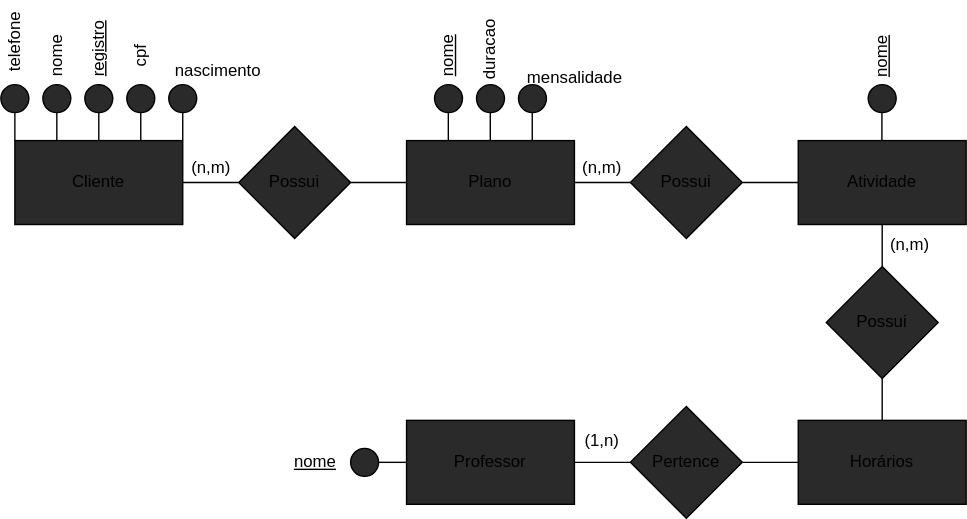
andreeeeeeeee/Engenharia_Software keeps this draw.io diagram as Lista1_28-03/Ex4.svg. Above is the earlier version. Source tidied: cells renumbered, new cells last; positions are measured from the earlier drawing's top-left corner, leaving out a move shared by most shapes. Its diagram source:
```xml
<mxGraphModel>
  <root>
    <mxCell id="0" />
    <mxCell id="1" parent="0" />
    <mxCell id="2" value="Cliente" style="rounded=0;whiteSpace=wrap;html=1;fillColor=#2A2A2A;" parent="1" vertex="1">
      <mxGeometry x="30" y="80" width="120" height="60" as="geometry" />
    </mxCell>
    <mxCell id="3" value="Possui" style="rhombus;whiteSpace=wrap;html=1;fillColor=#2A2A2A;" parent="1" vertex="1">
      <mxGeometry x="190" y="70" width="80" height="80" as="geometry" />
    </mxCell>
    <mxCell id="4" value="Plano" style="rounded=0;whiteSpace=wrap;html=1;fillColor=#2A2A2A;" parent="1" vertex="1">
      <mxGeometry x="310" y="80" width="120" height="60" as="geometry" />
    </mxCell>
    <mxCell id="5" value="Possui" style="rhombus;whiteSpace=wrap;html=1;fillColor=#2A2A2A;" parent="1" vertex="1">
      <mxGeometry x="470" y="70" width="80" height="80" as="geometry" />
    </mxCell>
    <mxCell id="6" value="Atividade" style="rounded=0;whiteSpace=wrap;html=1;fillColor=#2A2A2A;" parent="1" vertex="1">
      <mxGeometry x="590" y="80" width="120" height="60" as="geometry" />
    </mxCell>
    <mxCell id="7" value="Possui" style="rhombus;whiteSpace=wrap;html=1;fillColor=#2A2A2A;" parent="1" vertex="1">
      <mxGeometry x="610" y="170" width="80" height="80" as="geometry" />
    </mxCell>
    <mxCell id="8" value="Horários" style="rounded=0;whiteSpace=wrap;html=1;fillColor=#2A2A2A;" parent="1" vertex="1">
      <mxGeometry x="590" y="280" width="120" height="60" as="geometry" />
    </mxCell>
    <mxCell id="9" value="Pertence" style="rhombus;whiteSpace=wrap;html=1;fillColor=#2A2A2A;" parent="1" vertex="1">
      <mxGeometry x="470" y="270" width="80" height="80" as="geometry" />
    </mxCell>
    <mxCell id="10" value="Professor" style="rounded=0;whiteSpace=wrap;html=1;fillColor=#2A2A2A;" parent="1" vertex="1">
      <mxGeometry x="310" y="280" width="120" height="60" as="geometry" />
    </mxCell>
    <mxCell id="11" style="endArrow=none;html=1;rounded=0;exitX=1;exitY=0.5;exitDx=0;exitDy=0;" parent="1" edge="1" source="2">
      <mxGeometry relative="1" as="geometry">
        <mxPoint x="190" y="110" as="targetPoint" />
      </mxGeometry>
    </mxCell>
    <mxCell id="12" style="endArrow=none;html=1;rounded=0;entryX=0;entryY=0.5;entryDx=0;entryDy=0;" parent="1" edge="1" target="4">
      <mxGeometry relative="1" as="geometry">
        <mxPoint x="270" y="110" as="sourcePoint" />
      </mxGeometry>
    </mxCell>
    <mxCell id="13" value="(n,m)" style="text;html=1;align=center;verticalAlign=middle;strokeColor=none;fillColor=none;" parent="1" vertex="1">
      <mxGeometry x="150" y="90" width="40" height="20" as="geometry" />
    </mxCell>
    <mxCell id="14" style="endArrow=none;html=1;rounded=0;exitX=0;exitY=0.5;exitDx=0;exitDy=0;entryX=1;entryY=0.5;entryDx=0;entryDy=0;" parent="1" edge="1" source="5" target="4">
      <mxGeometry relative="1" as="geometry" />
    </mxCell>
    <mxCell id="15" value="(n,m)" style="text;html=1;strokeColor=none;fillColor=none;align=center;verticalAlign=middle;whiteSpace=wrap;rounded=0;" parent="1" vertex="1">
      <mxGeometry x="420" y="85" width="60" height="30" as="geometry" />
    </mxCell>
    <mxCell id="16" style="endArrow=none;html=1;rounded=0;entryX=0;entryY=0.5;entryDx=0;entryDy=0;" parent="1" edge="1" target="6">
      <mxGeometry relative="1" as="geometry">
        <mxPoint x="550" y="110" as="sourcePoint" />
      </mxGeometry>
    </mxCell>
    <mxCell id="17" style="endArrow=none;html=1;rounded=0;exitX=0.5;exitY=0;exitDx=0;exitDy=0;" parent="1" edge="1" source="7">
      <mxGeometry relative="1" as="geometry">
        <mxPoint x="650" y="140" as="targetPoint" />
      </mxGeometry>
    </mxCell>
    <mxCell id="18" style="endArrow=none;html=1;rounded=0;exitX=0.5;exitY=0;exitDx=0;exitDy=0;entryX=0.5;entryY=1;entryDx=0;entryDy=0;" parent="1" edge="1" source="8" target="7">
      <mxGeometry relative="1" as="geometry" />
    </mxCell>
    <mxCell id="19" style="endArrow=none;html=1;rounded=0;exitX=1;exitY=0.5;exitDx=0;exitDy=0;" parent="1" edge="1" source="10">
      <mxGeometry relative="1" as="geometry">
        <mxPoint x="470" y="310" as="targetPoint" />
      </mxGeometry>
    </mxCell>
    <mxCell id="20" style="endArrow=none;html=1;rounded=0;exitX=0;exitY=0.5;exitDx=0;exitDy=0;entryX=1;entryY=0.5;entryDx=0;entryDy=0;" parent="1" edge="1" source="8" target="9">
      <mxGeometry relative="1" as="geometry" />
    </mxCell>
    <mxCell id="21" value="(1,n)" style="text;html=1;strokeColor=none;fillColor=none;align=center;verticalAlign=middle;whiteSpace=wrap;rounded=0;" parent="1" vertex="1">
      <mxGeometry x="420" y="280" width="60" height="30" as="geometry" />
    </mxCell>
    <mxCell id="22" value="(n,m)" style="text;html=1;strokeColor=none;fillColor=none;align=center;verticalAlign=middle;whiteSpace=wrap;rounded=0;" parent="1" vertex="1">
      <mxGeometry x="640" y="140" width="60" height="30" as="geometry" />
    </mxCell>
    <mxCell id="23" style="ellipse;whiteSpace=wrap;html=1;fillColor=#2A2A2A;" parent="1" vertex="1">
      <mxGeometry x="80" y="40" width="20" height="20" as="geometry" />
    </mxCell>
    <mxCell id="24" style="ellipse;whiteSpace=wrap;html=1;fillColor=#2A2A2A;" parent="1" vertex="1">
      <mxGeometry x="110" y="40" width="20" height="20" as="geometry" />
    </mxCell>
    <mxCell id="25" style="ellipse;whiteSpace=wrap;html=1;fillColor=#2A2A2A;" parent="1" vertex="1">
      <mxGeometry x="50" y="40" width="20" height="20" as="geometry" />
    </mxCell>
    <mxCell id="26" style="ellipse;whiteSpace=wrap;html=1;fillColor=#2A2A2A;" parent="1" vertex="1">
      <mxGeometry x="140" y="40" width="20" height="20" as="geometry" />
    </mxCell>
    <mxCell id="27" style="ellipse;whiteSpace=wrap;html=1;fillColor=#2A2A2A;" parent="1" vertex="1">
      <mxGeometry x="20" y="40" width="20" height="20" as="geometry" />
    </mxCell>
    <mxCell id="28" style="endArrow=none;html=1;rounded=0;entryX=0.5;entryY=1;entryDx=0;entryDy=0;exitX=0;exitY=0;exitDx=0;exitDy=0;" parent="1" edge="1" source="2" target="27">
      <mxGeometry relative="1" as="geometry" />
    </mxCell>
    <mxCell id="29" style="endArrow=none;html=1;rounded=0;exitX=0.25;exitY=0;exitDx=0;exitDy=0;" parent="1" edge="1" source="2">
      <mxGeometry relative="1" as="geometry">
        <mxPoint x="60" y="60" as="targetPoint" />
      </mxGeometry>
    </mxCell>
    <mxCell id="30" style="endArrow=none;html=1;rounded=0;exitX=0.5;exitY=1;exitDx=0;exitDy=0;entryX=0.5;entryY=0;entryDx=0;entryDy=0;" parent="1" edge="1" source="23" target="2">
      <mxGeometry relative="1" as="geometry" />
    </mxCell>
    <mxCell id="31" style="endArrow=none;html=1;rounded=0;exitX=0.5;exitY=1;exitDx=0;exitDy=0;entryX=0.75;entryY=0;entryDx=0;entryDy=0;" parent="1" edge="1" source="24" target="2">
      <mxGeometry relative="1" as="geometry" />
    </mxCell>
    <mxCell id="32" style="endArrow=none;html=1;rounded=0;exitX=0.5;exitY=1;exitDx=0;exitDy=0;entryX=0.75;entryY=0;entryDx=0;entryDy=0;" parent="1" edge="1">
      <mxGeometry relative="1" as="geometry">
        <mxPoint x="150" y="60" as="sourcePoint" />
        <mxPoint x="150" y="80" as="targetPoint" />
      </mxGeometry>
    </mxCell>
    <mxCell id="33" value="nome" style="text;html=1;align=center;verticalAlign=middle;strokeColor=none;fillColor=none;rotation=-90;" parent="1" vertex="1">
      <mxGeometry x="35" y="10" width="50" height="20" as="geometry" />
    </mxCell>
    <mxCell id="34" value="&lt;u&gt;registro&lt;/u&gt;" style="text;html=1;align=center;verticalAlign=middle;strokeColor=none;fillColor=none;rotation=-90;" parent="1" vertex="1">
      <mxGeometry x="60" y="5" width="60" height="20" as="geometry" />
    </mxCell>
    <mxCell id="35" value="cpf" style="text;html=1;align=center;verticalAlign=middle;strokeColor=none;fillColor=none;rotation=-90;" parent="1" vertex="1">
      <mxGeometry x="105" y="10" width="30" height="20" as="geometry" />
    </mxCell>
    <mxCell id="36" value="telefone" style="text;html=1;align=center;verticalAlign=middle;strokeColor=none;fillColor=none;rotation=-90;" parent="1" vertex="1">
      <mxGeometry width="60" height="20" as="geometry" />
    </mxCell>
    <mxCell id="37" value="nascimento" style="text;html=1;align=center;verticalAlign=middle;strokeColor=none;fillColor=none;rotation=0;" parent="1" vertex="1">
      <mxGeometry x="135" y="20" width="80" height="20" as="geometry" />
    </mxCell>
    <mxCell id="38" style="ellipse;whiteSpace=wrap;html=1;fillColor=#2A2A2A;" parent="1" vertex="1">
      <mxGeometry x="360" y="40" width="20" height="20" as="geometry" />
    </mxCell>
    <mxCell id="39" style="ellipse;whiteSpace=wrap;html=1;fillColor=#2A2A2A;" parent="1" vertex="1">
      <mxGeometry x="390" y="40" width="20" height="20" as="geometry" />
    </mxCell>
    <mxCell id="40" style="ellipse;whiteSpace=wrap;html=1;fillColor=#2A2A2A;" parent="1" vertex="1">
      <mxGeometry x="330" y="40" width="20" height="20" as="geometry" />
    </mxCell>
    <mxCell id="41" style="endArrow=none;html=1;rounded=0;exitX=0.5;exitY=1;exitDx=0;exitDy=0;entryX=0.75;entryY=0;entryDx=0;entryDy=0;" parent="1" edge="1">
      <mxGeometry relative="1" as="geometry">
        <mxPoint x="339.9" y="60" as="sourcePoint" />
        <mxPoint x="339.9" y="80" as="targetPoint" />
      </mxGeometry>
    </mxCell>
    <mxCell id="42" style="endArrow=none;html=1;rounded=0;exitX=0.5;exitY=1;exitDx=0;exitDy=0;entryX=0.75;entryY=0;entryDx=0;entryDy=0;" parent="1" edge="1">
      <mxGeometry relative="1" as="geometry">
        <mxPoint x="369.9" y="60" as="sourcePoint" />
        <mxPoint x="369.9" y="80" as="targetPoint" />
      </mxGeometry>
    </mxCell>
    <mxCell id="43" style="endArrow=none;html=1;rounded=0;exitX=0.5;exitY=1;exitDx=0;exitDy=0;entryX=0.75;entryY=0;entryDx=0;entryDy=0;" parent="1" edge="1">
      <mxGeometry relative="1" as="geometry">
        <mxPoint x="399.9" y="60" as="sourcePoint" />
        <mxPoint x="399.9" y="80" as="targetPoint" />
      </mxGeometry>
    </mxCell>
    <mxCell id="44" value="&lt;u&gt;nome&lt;/u&gt;" style="text;html=1;align=center;verticalAlign=middle;strokeColor=none;fillColor=none;rotation=-90;" parent="1" vertex="1">
      <mxGeometry x="315" y="10" width="50" height="20" as="geometry" />
    </mxCell>
    <mxCell id="45" value="duracao" style="text;html=1;strokeColor=none;fillColor=none;align=center;verticalAlign=middle;whiteSpace=wrap;rounded=0;rotation=-90;" parent="1" vertex="1">
      <mxGeometry x="340" width="60" height="30" as="geometry" />
    </mxCell>
    <mxCell id="46" value="mensalidade" style="text;html=1;align=center;verticalAlign=middle;strokeColor=none;fillColor=none;rotation=0;" parent="1" vertex="1">
      <mxGeometry x="390" y="25" width="80" height="20" as="geometry" />
    </mxCell>
    <mxCell id="47" value="&lt;u&gt;nome&lt;/u&gt;" style="text;html=1;strokeColor=none;fillColor=none;align=center;verticalAlign=middle;whiteSpace=wrap;rounded=0;rotation=-90;" parent="1" vertex="1">
      <mxGeometry x="620" y="5" width="60" height="30" as="geometry" />
    </mxCell>
    <mxCell id="48" style="ellipse;whiteSpace=wrap;html=1;fillColor=#2A2A2A;" parent="1" vertex="1">
      <mxGeometry x="640" y="40" width="20" height="20" as="geometry" />
    </mxCell>
    <mxCell id="49" style="endArrow=none;html=1;rounded=0;exitX=0.5;exitY=1;exitDx=0;exitDy=0;entryX=0.75;entryY=0;entryDx=0;entryDy=0;" parent="1" edge="1">
      <mxGeometry relative="1" as="geometry">
        <mxPoint x="649.8" y="60" as="sourcePoint" />
        <mxPoint x="649.8" y="80" as="targetPoint" />
      </mxGeometry>
    </mxCell>
    <mxCell id="50" style="ellipse;whiteSpace=wrap;html=1;fillColor=#2A2A2A;" parent="1" vertex="1">
      <mxGeometry x="270" y="300" width="20" height="20" as="geometry" />
    </mxCell>
    <mxCell id="51" style="endArrow=none;html=1;rounded=0;exitX=1;exitY=0.5;exitDx=0;exitDy=0;" parent="1" edge="1" source="50" target="10">
      <mxGeometry relative="1" as="geometry" />
    </mxCell>
    <mxCell id="52" value="&lt;u&gt;nome&lt;/u&gt;" style="text;html=1;strokeColor=none;fillColor=none;align=center;verticalAlign=middle;whiteSpace=wrap;rounded=0;" parent="1" vertex="1">
      <mxGeometry x="215" y="295" width="60" height="30" as="geometry" />
    </mxCell>
  </root>
</mxGraphModel>
```
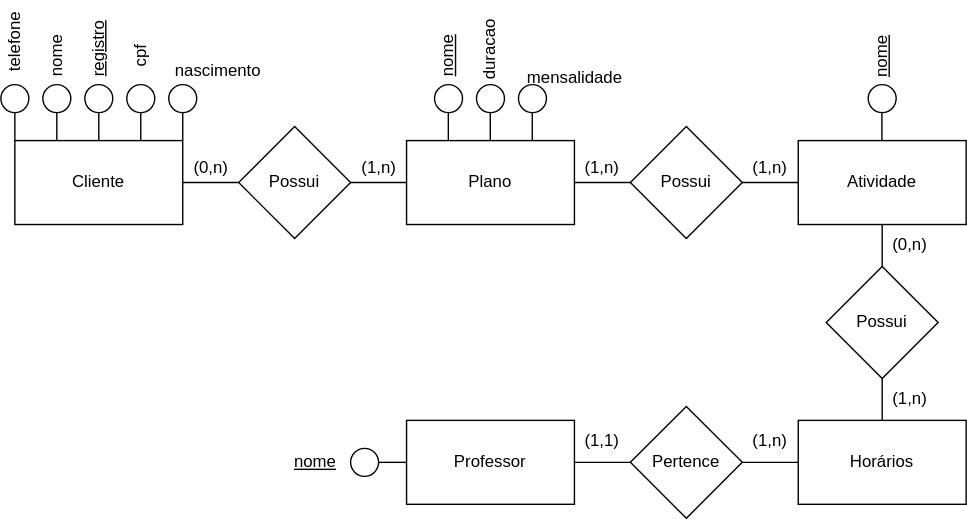
Above is the later version.

Diff of the diagram source:
```diff
@@ -2,31 +2,31 @@
   <root>
     <mxCell id="0" />
     <mxCell id="1" parent="0" />
-    <mxCell id="2" value="Cliente" style="rounded=0;whiteSpace=wrap;html=1;fillColor=#2A2A2A;" parent="1" vertex="1">
+    <mxCell id="2" value="Cliente" style="rounded=0;whiteSpace=wrap;html=1;fillColor=#FFFFFF;" parent="1" vertex="1">
       <mxGeometry x="30" y="80" width="120" height="60" as="geometry" />
     </mxCell>
-    <mxCell id="3" value="Possui" style="rhombus;whiteSpace=wrap;html=1;fillColor=#2A2A2A;" parent="1" vertex="1">
+    <mxCell id="3" value="Possui" style="rhombus;whiteSpace=wrap;html=1;fillColor=#FFFFFF;" parent="1" vertex="1">
       <mxGeometry x="190" y="70" width="80" height="80" as="geometry" />
     </mxCell>
-    <mxCell id="4" value="Plano" style="rounded=0;whiteSpace=wrap;html=1;fillColor=#2A2A2A;" parent="1" vertex="1">
+    <mxCell id="4" value="Plano" style="rounded=0;whiteSpace=wrap;html=1;fillColor=#FFFFFF;" parent="1" vertex="1">
       <mxGeometry x="310" y="80" width="120" height="60" as="geometry" />
     </mxCell>
-    <mxCell id="5" value="Possui" style="rhombus;whiteSpace=wrap;html=1;fillColor=#2A2A2A;" parent="1" vertex="1">
+    <mxCell id="5" value="Possui" style="rhombus;whiteSpace=wrap;html=1;fillColor=#FFFFFF;" parent="1" vertex="1">
       <mxGeometry x="470" y="70" width="80" height="80" as="geometry" />
     </mxCell>
-    <mxCell id="6" value="Atividade" style="rounded=0;whiteSpace=wrap;html=1;fillColor=#2A2A2A;" parent="1" vertex="1">
+    <mxCell id="6" value="Atividade" style="rounded=0;whiteSpace=wrap;html=1;fillColor=#FFFFFF;" parent="1" vertex="1">
       <mxGeometry x="590" y="80" width="120" height="60" as="geometry" />
     </mxCell>
-    <mxCell id="7" value="Possui" style="rhombus;whiteSpace=wrap;html=1;fillColor=#2A2A2A;" parent="1" vertex="1">
+    <mxCell id="7" value="Possui" style="rhombus;whiteSpace=wrap;html=1;fillColor=#FFFFFF;" parent="1" vertex="1">
       <mxGeometry x="610" y="170" width="80" height="80" as="geometry" />
     </mxCell>
-    <mxCell id="8" value="Horários" style="rounded=0;whiteSpace=wrap;html=1;fillColor=#2A2A2A;" parent="1" vertex="1">
+    <mxCell id="8" value="Horários" style="rounded=0;whiteSpace=wrap;html=1;fillColor=#FFFFFF;" parent="1" vertex="1">
       <mxGeometry x="590" y="280" width="120" height="60" as="geometry" />
     </mxCell>
-    <mxCell id="9" value="Pertence" style="rhombus;whiteSpace=wrap;html=1;fillColor=#2A2A2A;" parent="1" vertex="1">
+    <mxCell id="9" value="Pertence" style="rhombus;whiteSpace=wrap;html=1;fillColor=#FFFFFF;" parent="1" vertex="1">
       <mxGeometry x="470" y="270" width="80" height="80" as="geometry" />
     </mxCell>
-    <mxCell id="10" value="Professor" style="rounded=0;whiteSpace=wrap;html=1;fillColor=#2A2A2A;" parent="1" vertex="1">
+    <mxCell id="10" value="Professor" style="rounded=0;whiteSpace=wrap;html=1;fillColor=#FFFFFF;" parent="1" vertex="1">
       <mxGeometry x="310" y="280" width="120" height="60" as="geometry" />
     </mxCell>
     <mxCell id="11" style="endArrow=none;html=1;rounded=0;exitX=1;exitY=0.5;exitDx=0;exitDy=0;" parent="1" edge="1" source="2">
@@ -39,13 +39,13 @@
         <mxPoint x="270" y="110" as="sourcePoint" />
       </mxGeometry>
     </mxCell>
-    <mxCell id="13" value="(n,m)" style="text;html=1;align=center;verticalAlign=middle;strokeColor=none;fillColor=none;" parent="1" vertex="1">
+    <mxCell id="13" value="(0,n)" style="text;html=1;align=center;verticalAlign=middle;strokeColor=none;fillColor=none;" parent="1" vertex="1">
       <mxGeometry x="150" y="90" width="40" height="20" as="geometry" />
     </mxCell>
     <mxCell id="14" style="endArrow=none;html=1;rounded=0;exitX=0;exitY=0.5;exitDx=0;exitDy=0;entryX=1;entryY=0.5;entryDx=0;entryDy=0;" parent="1" edge="1" source="5" target="4">
       <mxGeometry relative="1" as="geometry" />
     </mxCell>
-    <mxCell id="15" value="(n,m)" style="text;html=1;strokeColor=none;fillColor=none;align=center;verticalAlign=middle;whiteSpace=wrap;rounded=0;" parent="1" vertex="1">
+    <mxCell id="15" value="(1,n)" style="text;html=1;strokeColor=none;fillColor=none;align=center;verticalAlign=middle;whiteSpace=wrap;rounded=0;" parent="1" vertex="1">
       <mxGeometry x="420" y="85" width="60" height="30" as="geometry" />
     </mxCell>
     <mxCell id="16" style="endArrow=none;html=1;rounded=0;entryX=0;entryY=0.5;entryDx=0;entryDy=0;" parent="1" edge="1" target="6">
@@ -69,25 +69,25 @@
     <mxCell id="20" style="endArrow=none;html=1;rounded=0;exitX=0;exitY=0.5;exitDx=0;exitDy=0;entryX=1;entryY=0.5;entryDx=0;entryDy=0;" parent="1" edge="1" source="8" target="9">
       <mxGeometry relative="1" as="geometry" />
     </mxCell>
-    <mxCell id="21" value="(1,n)" style="text;html=1;strokeColor=none;fillColor=none;align=center;verticalAlign=middle;whiteSpace=wrap;rounded=0;" parent="1" vertex="1">
+    <mxCell id="21" value="(1,1)" style="text;html=1;strokeColor=none;fillColor=none;align=center;verticalAlign=middle;whiteSpace=wrap;rounded=0;" parent="1" vertex="1">
       <mxGeometry x="420" y="280" width="60" height="30" as="geometry" />
     </mxCell>
-    <mxCell id="22" value="(n,m)" style="text;html=1;strokeColor=none;fillColor=none;align=center;verticalAlign=middle;whiteSpace=wrap;rounded=0;" parent="1" vertex="1">
+    <mxCell id="22" value="(0,n)" style="text;html=1;strokeColor=none;fillColor=none;align=center;verticalAlign=middle;whiteSpace=wrap;rounded=0;" parent="1" vertex="1">
       <mxGeometry x="640" y="140" width="60" height="30" as="geometry" />
     </mxCell>
-    <mxCell id="23" style="ellipse;whiteSpace=wrap;html=1;fillColor=#2A2A2A;" parent="1" vertex="1">
+    <mxCell id="23" style="ellipse;whiteSpace=wrap;html=1;fillColor=#FFFFFF;" parent="1" vertex="1">
       <mxGeometry x="80" y="40" width="20" height="20" as="geometry" />
     </mxCell>
-    <mxCell id="24" style="ellipse;whiteSpace=wrap;html=1;fillColor=#2A2A2A;" parent="1" vertex="1">
+    <mxCell id="24" style="ellipse;whiteSpace=wrap;html=1;fillColor=#FFFFFF;" parent="1" vertex="1">
       <mxGeometry x="110" y="40" width="20" height="20" as="geometry" />
     </mxCell>
-    <mxCell id="25" style="ellipse;whiteSpace=wrap;html=1;fillColor=#2A2A2A;" parent="1" vertex="1">
+    <mxCell id="25" style="ellipse;whiteSpace=wrap;html=1;fillColor=#FFFFFF;" parent="1" vertex="1">
       <mxGeometry x="50" y="40" width="20" height="20" as="geometry" />
     </mxCell>
-    <mxCell id="26" style="ellipse;whiteSpace=wrap;html=1;fillColor=#2A2A2A;" parent="1" vertex="1">
+    <mxCell id="26" style="ellipse;whiteSpace=wrap;html=1;fillColor=#FFFFFF;" parent="1" vertex="1">
       <mxGeometry x="140" y="40" width="20" height="20" as="geometry" />
     </mxCell>
-    <mxCell id="27" style="ellipse;whiteSpace=wrap;html=1;fillColor=#2A2A2A;" parent="1" vertex="1">
+    <mxCell id="27" style="ellipse;whiteSpace=wrap;html=1;fillColor=#FFFFFF;" parent="1" vertex="1">
       <mxGeometry x="20" y="40" width="20" height="20" as="geometry" />
     </mxCell>
     <mxCell id="28" style="endArrow=none;html=1;rounded=0;entryX=0.5;entryY=1;entryDx=0;entryDy=0;exitX=0;exitY=0;exitDx=0;exitDy=0;" parent="1" edge="1" source="2" target="27">
@@ -125,13 +125,13 @@
     <mxCell id="37" value="nascimento" style="text;html=1;align=center;verticalAlign=middle;strokeColor=none;fillColor=none;rotation=0;" parent="1" vertex="1">
       <mxGeometry x="135" y="20" width="80" height="20" as="geometry" />
     </mxCell>
-    <mxCell id="38" style="ellipse;whiteSpace=wrap;html=1;fillColor=#2A2A2A;" parent="1" vertex="1">
+    <mxCell id="38" style="ellipse;whiteSpace=wrap;html=1;fillColor=#FFFFFF;" parent="1" vertex="1">
       <mxGeometry x="360" y="40" width="20" height="20" as="geometry" />
     </mxCell>
-    <mxCell id="39" style="ellipse;whiteSpace=wrap;html=1;fillColor=#2A2A2A;" parent="1" vertex="1">
+    <mxCell id="39" style="ellipse;whiteSpace=wrap;html=1;fillColor=#FFFFFF;" parent="1" vertex="1">
       <mxGeometry x="390" y="40" width="20" height="20" as="geometry" />
     </mxCell>
-    <mxCell id="40" style="ellipse;whiteSpace=wrap;html=1;fillColor=#2A2A2A;" parent="1" vertex="1">
+    <mxCell id="40" style="ellipse;whiteSpace=wrap;html=1;fillColor=#FFFFFF;" parent="1" vertex="1">
       <mxGeometry x="330" y="40" width="20" height="20" as="geometry" />
     </mxCell>
     <mxCell id="41" style="endArrow=none;html=1;rounded=0;exitX=0.5;exitY=1;exitDx=0;exitDy=0;entryX=0.75;entryY=0;entryDx=0;entryDy=0;" parent="1" edge="1">
@@ -164,7 +164,7 @@
     <mxCell id="47" value="&lt;u&gt;nome&lt;/u&gt;" style="text;html=1;strokeColor=none;fillColor=none;align=center;verticalAlign=middle;whiteSpace=wrap;rounded=0;rotation=-90;" parent="1" vertex="1">
       <mxGeometry x="620" y="5" width="60" height="30" as="geometry" />
     </mxCell>
-    <mxCell id="48" style="ellipse;whiteSpace=wrap;html=1;fillColor=#2A2A2A;" parent="1" vertex="1">
+    <mxCell id="48" style="ellipse;whiteSpace=wrap;html=1;fillColor=#FFFFFF;" parent="1" vertex="1">
       <mxGeometry x="640" y="40" width="20" height="20" as="geometry" />
     </mxCell>
     <mxCell id="49" style="endArrow=none;html=1;rounded=0;exitX=0.5;exitY=1;exitDx=0;exitDy=0;entryX=0.75;entryY=0;entryDx=0;entryDy=0;" parent="1" edge="1">
@@ -173,7 +173,7 @@
         <mxPoint x="649.8" y="80" as="targetPoint" />
       </mxGeometry>
     </mxCell>
-    <mxCell id="50" style="ellipse;whiteSpace=wrap;html=1;fillColor=#2A2A2A;" parent="1" vertex="1">
+    <mxCell id="50" style="ellipse;whiteSpace=wrap;html=1;fillColor=#FFFFFF;" parent="1" vertex="1">
       <mxGeometry x="270" y="300" width="20" height="20" as="geometry" />
     </mxCell>
     <mxCell id="51" style="endArrow=none;html=1;rounded=0;exitX=1;exitY=0.5;exitDx=0;exitDy=0;" parent="1" edge="1" source="50" target="10">
@@ -182,5 +182,17 @@
     <mxCell id="52" value="&lt;u&gt;nome&lt;/u&gt;" style="text;html=1;strokeColor=none;fillColor=none;align=center;verticalAlign=middle;whiteSpace=wrap;rounded=0;" parent="1" vertex="1">
       <mxGeometry x="215" y="295" width="60" height="30" as="geometry" />
     </mxCell>
+    <mxCell id="53" value="(1,n)" style="text;html=1;align=center;verticalAlign=middle;strokeColor=none;fillColor=none;" parent="1" vertex="1">
+      <mxGeometry x="270" y="90" width="40" height="20" as="geometry" />
+    </mxCell>
+    <mxCell id="54" value="(1,n)" style="text;html=1;strokeColor=none;fillColor=none;align=center;verticalAlign=middle;whiteSpace=wrap;rounded=0;" parent="1" vertex="1">
+      <mxGeometry x="540" y="85" width="60" height="30" as="geometry" />
+    </mxCell>
+    <mxCell id="55" value="(1,n)" style="text;html=1;strokeColor=none;fillColor=none;align=center;verticalAlign=middle;whiteSpace=wrap;rounded=0;" parent="1" vertex="1">
+      <mxGeometry x="640" y="250" width="60" height="30" as="geometry" />
+    </mxCell>
+    <mxCell id="56" value="(1,n)" style="text;html=1;strokeColor=none;fillColor=none;align=center;verticalAlign=middle;whiteSpace=wrap;rounded=0;" parent="1" vertex="1">
+      <mxGeometry x="540" y="280" width="60" height="30" as="geometry" />
+    </mxCell>
   </root>
 </mxGraphModel>
```
